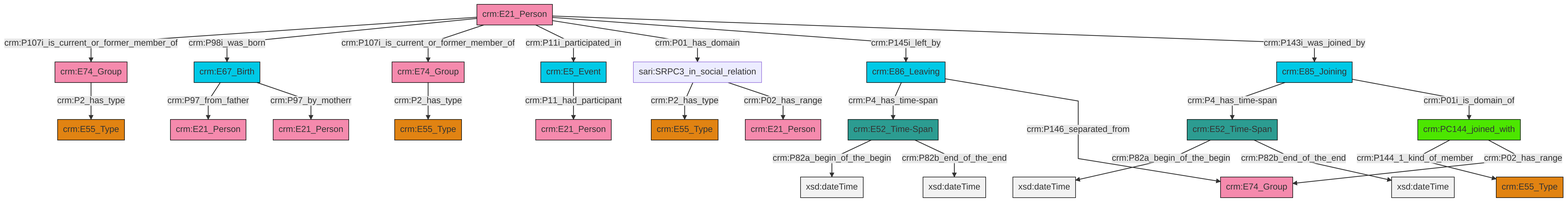
swiss-art-research-net/docs.swissartresearch keeps this Mermaid diagram as et/personCSV/ttl/mmd/png/Person_Actor_Relations.png. Above is the earlier version. Its source is kept beside it as et/personCSV/ttl/mmd/Person_Actor_Relations.ttl.mmd. Its diagram source:
```mermaid
graph TD
classDef Literal fill:#f2f2f2,stroke:#000000;
classDef CRM_Entity fill:#FFFFFF,stroke:#000000;
classDef Temporal_Entity fill:#00C9E6, stroke:#000000;
classDef Type fill:#E18312, stroke:#000000;
classDef Time-Span fill:#2C9C91, stroke:#000000;
classDef Appellation fill:#FFEB7F, stroke:#000000;
classDef Place fill:#008836, stroke:#000000;
classDef Persistent_Item fill:#B266B2, stroke:#000000;
classDef Conceptual_Object fill:#FFD700, stroke:#000000;
classDef Physical_Thing fill:#D2B48C, stroke:#000000;
classDef Actor fill:#f58aad, stroke:#000000;
classDef PC_Classes fill:#4ce600, stroke:#000000;
classDef Multi fill:#cccccc,stroke:#000000;

0["crm:E21_Person"]:::Actor -->|crm:P107i_is_current_or_former_member_of| 1["crm:E74_Group"]:::Actor
0["crm:E21_Person"]:::Actor -->|crm:P98i_was_born| 2["crm:E67_Birth"]:::Temporal_Entity
3["crm:PC144_joined_with"]:::PC_Classes -->|crm:P144_1_kind_of_member| 4["crm:E55_Type"]:::Type
0["crm:E21_Person"]:::Actor -->|crm:P107i_is_current_or_former_member_of| 5["crm:E74_Group"]:::Actor
0["crm:E21_Person"]:::Actor -->|crm:P11i_participated_in| 6["crm:E5_Event"]:::Temporal_Entity
2["crm:E67_Birth"]:::Temporal_Entity -->|crm:P97_from_father| 9["crm:E21_Person"]:::Actor
12["crm:E52_Time-Span"]:::Time-Span -->|crm:P82a_begin_of_the_begin| 13[xsd:dateTime]:::Literal
10["crm:E52_Time-Span"]:::Time-Span -->|crm:P82a_begin_of_the_begin| 14[xsd:dateTime]:::Literal
0["crm:E21_Person"]:::Actor -->|crm:P01_has_domain| 16["sari:SRPC3_in_social_relation"]:::Default
0["crm:E21_Person"]:::Actor -->|crm:P145i_left_by| 19["crm:E86_Leaving"]:::Temporal_Entity
6["crm:E5_Event"]:::Temporal_Entity -->|crm:P11_had_participant| 20["crm:E21_Person"]:::Actor
16["sari:SRPC3_in_social_relation"]:::Default -->|crm:P2_has_type| 21["crm:E55_Type"]:::Type
16["sari:SRPC3_in_social_relation"]:::Default -->|crm:P02_has_range| 17["crm:E21_Person"]:::Actor
12["crm:E52_Time-Span"]:::Time-Span -->|crm:P82b_end_of_the_end| 27[xsd:dateTime]:::Literal
10["crm:E52_Time-Span"]:::Time-Span -->|crm:P82b_end_of_the_end| 29[xsd:dateTime]:::Literal
30["crm:E85_Joining"]:::Temporal_Entity -->|crm:P4_has_time-span| 10["crm:E52_Time-Span"]:::Time-Span
30["crm:E85_Joining"]:::Temporal_Entity -->|crm:P01i_is_domain_of| 3["crm:PC144_joined_with"]:::PC_Classes
5["crm:E74_Group"]:::Actor -->|crm:P2_has_type| 7["crm:E55_Type"]:::Type
19["crm:E86_Leaving"]:::Temporal_Entity -->|crm:P4_has_time-span| 12["crm:E52_Time-Span"]:::Time-Span
1["crm:E74_Group"]:::Actor -->|crm:P2_has_type| 31["crm:E55_Type"]:::Type
19["crm:E86_Leaving"]:::Temporal_Entity -->|crm:P146_separated_from| 22["crm:E74_Group"]:::Actor
2["crm:E67_Birth"]:::Temporal_Entity -->|crm:P97_by_motherr| 36["crm:E21_Person"]:::Actor
0["crm:E21_Person"]:::Actor -->|crm:P143i_was_joined_by| 30["crm:E85_Joining"]:::Temporal_Entity
3["crm:PC144_joined_with"]:::PC_Classes -->|crm:P02_has_range| 22["crm:E74_Group"]:::Actor
```
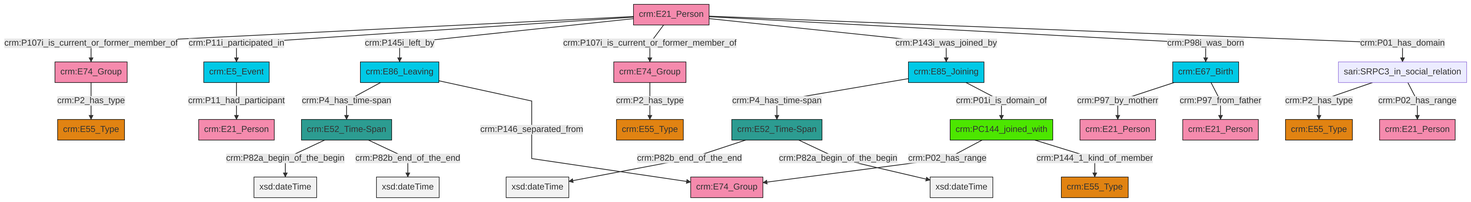
Above is the later version.

The edit, as a diff of the source:
```diff
@@ -14,26 +14,26 @@
 classDef Multi fill:#cccccc,stroke:#000000;
 
 0["crm:E21_Person"]:::Actor -->|crm:P107i_is_current_or_former_member_of| 1["crm:E74_Group"]:::Actor
-0["crm:E21_Person"]:::Actor -->|crm:P98i_was_born| 2["crm:E67_Birth"]:::Temporal_Entity
-3["crm:PC144_joined_with"]:::PC_Classes -->|crm:P144_1_kind_of_member| 4["crm:E55_Type"]:::Type
-0["crm:E21_Person"]:::Actor -->|crm:P107i_is_current_or_former_member_of| 5["crm:E74_Group"]:::Actor
-0["crm:E21_Person"]:::Actor -->|crm:P11i_participated_in| 6["crm:E5_Event"]:::Temporal_Entity
-2["crm:E67_Birth"]:::Temporal_Entity -->|crm:P97_from_father| 9["crm:E21_Person"]:::Actor
-12["crm:E52_Time-Span"]:::Time-Span -->|crm:P82a_begin_of_the_begin| 13[xsd:dateTime]:::Literal
-10["crm:E52_Time-Span"]:::Time-Span -->|crm:P82a_begin_of_the_begin| 14[xsd:dateTime]:::Literal
-0["crm:E21_Person"]:::Actor -->|crm:P01_has_domain| 16["sari:SRPC3_in_social_relation"]:::Default
-0["crm:E21_Person"]:::Actor -->|crm:P145i_left_by| 19["crm:E86_Leaving"]:::Temporal_Entity
-6["crm:E5_Event"]:::Temporal_Entity -->|crm:P11_had_participant| 20["crm:E21_Person"]:::Actor
-16["sari:SRPC3_in_social_relation"]:::Default -->|crm:P2_has_type| 21["crm:E55_Type"]:::Type
-16["sari:SRPC3_in_social_relation"]:::Default -->|crm:P02_has_range| 17["crm:E21_Person"]:::Actor
-12["crm:E52_Time-Span"]:::Time-Span -->|crm:P82b_end_of_the_end| 27[xsd:dateTime]:::Literal
-10["crm:E52_Time-Span"]:::Time-Span -->|crm:P82b_end_of_the_end| 29[xsd:dateTime]:::Literal
-30["crm:E85_Joining"]:::Temporal_Entity -->|crm:P4_has_time-span| 10["crm:E52_Time-Span"]:::Time-Span
-30["crm:E85_Joining"]:::Temporal_Entity -->|crm:P01i_is_domain_of| 3["crm:PC144_joined_with"]:::PC_Classes
-5["crm:E74_Group"]:::Actor -->|crm:P2_has_type| 7["crm:E55_Type"]:::Type
-19["crm:E86_Leaving"]:::Temporal_Entity -->|crm:P4_has_time-span| 12["crm:E52_Time-Span"]:::Time-Span
-1["crm:E74_Group"]:::Actor -->|crm:P2_has_type| 31["crm:E55_Type"]:::Type
-19["crm:E86_Leaving"]:::Temporal_Entity -->|crm:P146_separated_from| 22["crm:E74_Group"]:::Actor
-2["crm:E67_Birth"]:::Temporal_Entity -->|crm:P97_by_motherr| 36["crm:E21_Person"]:::Actor
-0["crm:E21_Person"]:::Actor -->|crm:P143i_was_joined_by| 30["crm:E85_Joining"]:::Temporal_Entity
-3["crm:PC144_joined_with"]:::PC_Classes -->|crm:P02_has_range| 22["crm:E74_Group"]:::Actor
+2["sari:SRPC3_in_social_relation"]:::Default -->|crm:P2_has_type| 3["crm:E55_Type"]:::Type
+4["crm:E5_Event"]:::Temporal_Entity -->|crm:P11_had_participant| 5["crm:E21_Person"]:::Actor
+2["sari:SRPC3_in_social_relation"]:::Default -->|crm:P02_has_range| 6["crm:E21_Person"]:::Actor
+9["crm:PC144_joined_with"]:::PC_Classes -->|crm:P02_has_range| 10["crm:E74_Group"]:::Actor
+11["crm:E52_Time-Span"]:::Time-Span -->|crm:P82b_end_of_the_end| 12[xsd:dateTime]:::Literal
+13["crm:E52_Time-Span"]:::Time-Span -->|crm:P82a_begin_of_the_begin| 14[xsd:dateTime]:::Literal
+1["crm:E74_Group"]:::Actor -->|crm:P2_has_type| 15["crm:E55_Type"]:::Type
+9["crm:PC144_joined_with"]:::PC_Classes -->|crm:P144_1_kind_of_member| 21["crm:E55_Type"]:::Type
+0["crm:E21_Person"]:::Actor -->|crm:P11i_participated_in| 4["crm:E5_Event"]:::Temporal_Entity
+25["crm:E85_Joining"]:::Temporal_Entity -->|crm:P4_has_time-span| 11["crm:E52_Time-Span"]:::Time-Span
+26["crm:E86_Leaving"]:::Temporal_Entity -->|crm:P4_has_time-span| 13["crm:E52_Time-Span"]:::Time-Span
+0["crm:E21_Person"]:::Actor -->|crm:P145i_left_by| 26["crm:E86_Leaving"]:::Temporal_Entity
+25["crm:E85_Joining"]:::Temporal_Entity -->|crm:P01i_is_domain_of| 9["crm:PC144_joined_with"]:::PC_Classes
+11["crm:E52_Time-Span"]:::Time-Span -->|crm:P82a_begin_of_the_begin| 37[xsd:dateTime]:::Literal
+0["crm:E21_Person"]:::Actor -->|crm:P107i_is_current_or_former_member_of| 38["crm:E74_Group"]:::Actor
+38["crm:E74_Group"]:::Actor -->|crm:P2_has_type| 27["crm:E55_Type"]:::Type
+0["crm:E21_Person"]:::Actor -->|crm:P143i_was_joined_by| 25["crm:E85_Joining"]:::Temporal_Entity
+26["crm:E86_Leaving"]:::Temporal_Entity -->|crm:P146_separated_from| 10["crm:E74_Group"]:::Actor
+0["crm:E21_Person"]:::Actor -->|crm:P98i_was_born| 16["crm:E67_Birth"]:::Temporal_Entity
+13["crm:E52_Time-Span"]:::Time-Span -->|crm:P82b_end_of_the_end| 44[xsd:dateTime]:::Literal
+0["crm:E21_Person"]:::Actor -->|crm:P01_has_domain| 2["sari:SRPC3_in_social_relation"]:::Default
+16["crm:E67_Birth"]:::Temporal_Entity -->|crm:P97_by_motherr| 42["crm:E21_Person"]:::Actor
+16["crm:E67_Birth"]:::Temporal_Entity -->|crm:P97_from_father| 7["crm:E21_Person"]:::Actor
```
